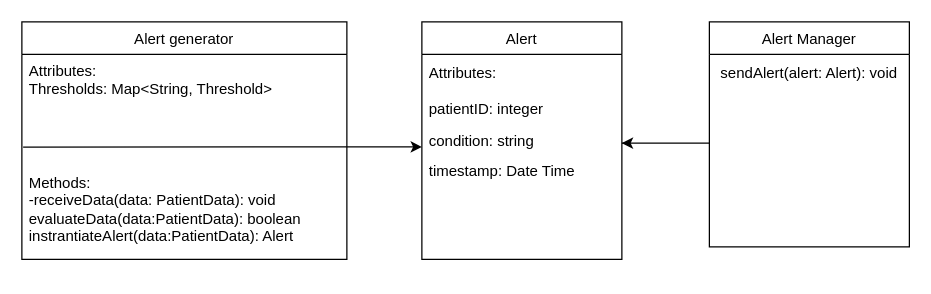
This is uml_models/alert_generation_system.drawio from valeriageo/signal_project, a draw.io file, before an edit. Source tidied: cells renumbered, new cells numbered last; positions are measured from the earlier drawing's top-left corner, leaving out a move shared by most shapes. Both pictures are drawn from the tidied source at 125%, with x=0, y=0 at pixel (21, 21).
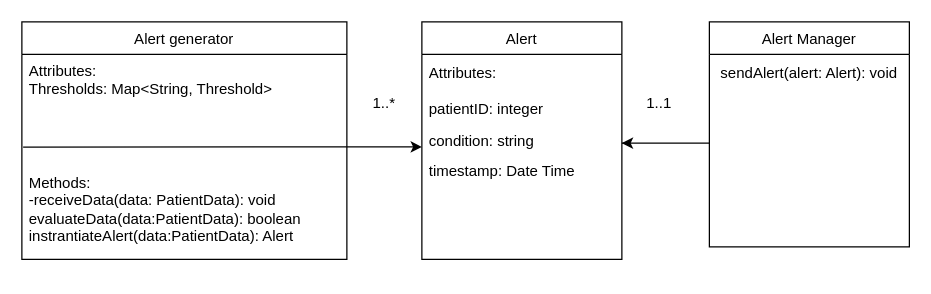
The same page after the edit.

Diff of the diagram source:
```diff
@@
+    <mxCell id="16" value="1..*" style="text;html=1;align=center;verticalAlign=middle;whiteSpace=wrap;rounded=0;" parent="1" vertex="1">
+      <mxGeometry x="260" y="50" width="60" height="30" as="geometry" />
+    </mxCell>
+    <mxCell id="17" value="1..1" style="text;html=1;align=center;verticalAlign=middle;whiteSpace=wrap;rounded=0;" parent="1" vertex="1">
+      <mxGeometry x="480" y="50" width="60" height="30" as="geometry" />
+    </mxCell>
```
